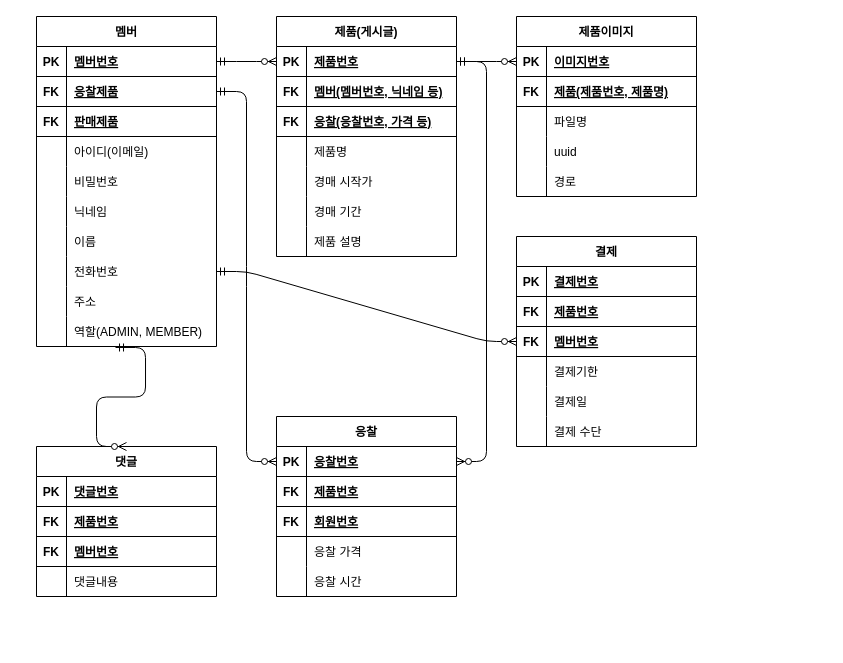
This is page "Page-1" (1 of 2) of erd/ERD_재인.drawio from Unbbox/project, a draw.io file, before an edit. Source tidied: cells renumbered, new cells numbered last; positions are measured from the earlier drawing's top-left corner, leaving out a move shared by most shapes. Both pictures are drawn from the tidied source at 100%, with x=0, y=0 at pixel (36, 16).
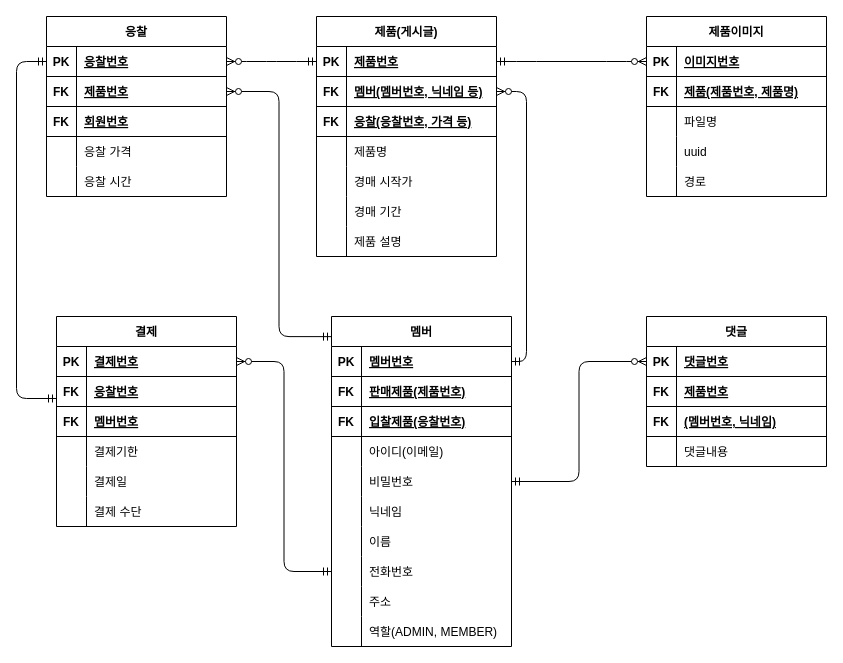
The same page after the edit.

The change refers to these unchanged cells:
```xml
<mxCell id="3" style="shape=tableRow;horizontal=0;startSize=0;swimlaneHead=0;swimlaneBody=0;fillColor=none;points=[[0,0.5],[1,0.5]];portConstraint=eastwest;top=0;left=0;right=0;bottom=1;" parent="2" vertex="1">
  <mxGeometry y="30" width="180" height="30" as="geometry" />
</mxCell>
<mxCell id="6" style="shape=tableRow;horizontal=0;startSize=0;swimlaneHead=0;swimlaneBody=0;fillColor=none;points=[[0,0.5],[1,0.5]];portConstraint=eastwest;top=0;left=0;right=0;bottom=1;" parent="2" vertex="1">
  <mxGeometry y="60" width="180" height="30" as="geometry" />
</mxCell>
<mxCell id="9" style="shape=tableRow;horizontal=0;startSize=0;swimlaneHead=0;swimlaneBody=0;fillColor=none;top=0;left=0;right=0;bottom=1;" parent="2" vertex="1">
  <mxGeometry y="90" width="180" height="30" as="geometry" />
</mxCell>
<mxCell id="15" style="shape=tableRow;horizontal=0;startSize=0;swimlaneHead=0;swimlaneBody=0;fillColor=none;points=[[0,0.5],[1,0.5]];portConstraint=eastwest;top=0;left=0;right=0;bottom=0;" parent="2" vertex="1">
  <mxGeometry y="150" width="180" height="30" as="geometry" />
</mxCell>
<mxCell id="24" style="shape=tableRow;horizontal=0;startSize=0;swimlaneHead=0;swimlaneBody=0;fillColor=none;points=[[0,0.5],[1,0.5]];portConstraint=eastwest;top=0;left=0;right=0;bottom=0;" parent="2" vertex="1">
  <mxGeometry y="240" width="180" height="30" as="geometry" />
</mxCell>
<mxCell id="30" style="shape=tableRow;horizontal=0;startSize=0;swimlaneHead=0;swimlaneBody=0;fillColor=none;points=[[0,0.5],[1,0.5]];portConstraint=eastwest;top=0;left=0;right=0;bottom=0;" parent="2" vertex="1">
  <mxGeometry y="300" width="180" height="30" as="geometry" />
</mxCell>
<mxCell id="34" style="shape=tableRow;horizontal=0;startSize=0;swimlaneHead=0;swimlaneBody=0;fillColor=none;points=[[0,0.5],[1,0.5]];portConstraint=eastwest;top=0;left=0;right=0;bottom=1;" parent="33" vertex="1">
  <mxGeometry y="30" width="180" height="30" as="geometry" />
</mxCell>
<mxCell id="37" style="shape=tableRow;horizontal=0;startSize=0;swimlaneHead=0;swimlaneBody=0;fillColor=none;points=[[0,0.5],[1,0.5]];portConstraint=eastwest;top=0;left=0;right=0;bottom=1;" parent="33" vertex="1">
  <mxGeometry y="60" width="180" height="30" as="geometry" />
</mxCell>
<mxCell id="56" style="shape=tableRow;horizontal=0;startSize=0;swimlaneHead=0;swimlaneBody=0;fillColor=none;points=[[0,0.5],[1,0.5]];portConstraint=eastwest;top=0;left=0;right=0;bottom=1;" parent="55" vertex="1">
  <mxGeometry y="30" width="180" height="30" as="geometry" />
</mxCell>
<mxCell id="62" style="shape=tableRow;horizontal=0;startSize=0;swimlaneHead=0;swimlaneBody=0;fillColor=none;top=0;left=0;right=0;bottom=1;" parent="55" vertex="1">
  <mxGeometry y="90" width="180" height="30" as="geometry" />
</mxCell>
<mxCell id="69" style="shape=tableRow;horizontal=0;startSize=0;swimlaneHead=0;swimlaneBody=0;fillColor=none;points=[[0,0.5],[1,0.5]];portConstraint=eastwest;top=0;left=0;right=0;bottom=1;" parent="68" vertex="1">
  <mxGeometry y="30" width="180" height="30" as="geometry" />
</mxCell>
<mxCell id="72" style="shape=tableRow;horizontal=0;startSize=0;swimlaneHead=0;swimlaneBody=0;fillColor=none;points=[[0,0.5],[1,0.5]];portConstraint=eastwest;top=0;left=0;right=0;bottom=1;" parent="68" vertex="1">
  <mxGeometry y="60" width="180" height="30" as="geometry" />
</mxCell>
<mxCell id="105" style="shape=tableRow;horizontal=0;startSize=0;swimlaneHead=0;swimlaneBody=0;fillColor=none;points=[[0,0.5],[1,0.5]];portConstraint=eastwest;top=0;left=0;right=0;bottom=1;" parent="104" vertex="1">
  <mxGeometry y="30" width="180" height="30" as="geometry" />
</mxCell>
<mxCell id="108" style="shape=tableRow;horizontal=0;startSize=0;swimlaneHead=0;swimlaneBody=0;fillColor=none;points=[[0,0.5],[1,0.5]];portConstraint=eastwest;top=0;left=0;right=0;bottom=1;" parent="104" vertex="1">
  <mxGeometry y="60" width="180" height="30" as="geometry" />
</mxCell>
<mxCell id="111" style="shape=tableRow;horizontal=0;startSize=0;swimlaneHead=0;swimlaneBody=0;fillColor=none;points=[[0,0.5],[1,0.5]];portConstraint=eastwest;top=0;left=0;right=0;bottom=1;" parent="104" vertex="1">
  <mxGeometry y="90" width="180" height="30" as="geometry" />
</mxCell>
```

Change to the diagram source:
```diff
@@
     <mxCell id="2" value="멤버" style="shape=table;startSize=30;childLayout=tableLayout;rowLines=0;fontStyle=1;align=center;" parent="1" vertex="1">
-      <mxGeometry width="180" height="330" as="geometry" />
+      <mxGeometry x="295" y="300" width="180" height="330" as="geometry" />
     </mxCell>
@@
-    <mxCell id="8" value="응찰제품" style="shape=partialRectangle;fillColor=none;top=0;left=0;bottom=0;right=0;align=left;spacingLeft=6;fontStyle=5;overflow=hidden;" parent="6" vertex="1">
+    <mxCell id="8" value="판매제품(제품번호)" style="shape=partialRectangle;fillColor=none;top=0;left=0;bottom=0;right=0;align=left;spacingLeft=6;fontStyle=5;overflow=hidden;" parent="6" vertex="1">
       <mxGeometry x="30" width="150" height="30" as="geometry" />
     </mxCell>
@@
-    <mxCell id="11" value="판매제품" style="shape=partialRectangle;fillColor=none;top=0;left=0;bottom=0;right=0;align=left;spacingLeft=6;fontStyle=5;overflow=hidden;" parent="9" vertex="1">
+    <mxCell id="11" value="입찰제품(응찰번호)" style="shape=partialRectangle;fillColor=none;top=0;left=0;bottom=0;right=0;align=left;spacingLeft=6;fontStyle=5;overflow=hidden;" parent="9" vertex="1">
       <mxGeometry x="30" width="150" height="30" as="geometry" />
     </mxCell>
@@
     <mxCell id="33" value="제품(게시글)" style="shape=table;startSize=30;childLayout=tableLayout;rowLines=0;fontStyle=1;align=center;" parent="1" vertex="1">
-      <mxGeometry x="240" width="180" height="240" as="geometry" />
+      <mxGeometry x="280" width="180" height="240" as="geometry" />
     </mxCell>
@@
     <mxCell id="55" value="댓글" style="shape=table;startSize=30;childLayout=tableLayout;rowLines=0;fontStyle=1;align=center;" parent="1" vertex="1">
-      <mxGeometry y="430" width="180" height="150" as="geometry" />
+      <mxGeometry x="610" y="300" width="180" height="150" as="geometry" />
     </mxCell>
@@
-    <mxCell id="64" value="멤버번호" style="shape=partialRectangle;fillColor=none;top=0;left=0;bottom=0;right=0;align=left;spacingLeft=6;fontStyle=5;overflow=hidden;" parent="62" vertex="1">
+    <mxCell id="64" value="(멤버번호, 닉네임)" style="shape=partialRectangle;fillColor=none;top=0;left=0;bottom=0;right=0;align=left;spacingLeft=6;fontStyle=5;overflow=hidden;" parent="62" vertex="1">
       <mxGeometry x="30" width="150" height="30" as="geometry" />
     </mxCell>
@@
     <mxCell id="68" value="응찰" style="shape=table;startSize=30;childLayout=tableLayout;rowLines=0;fontStyle=1;align=center;" parent="1" vertex="1">
-      <mxGeometry x="240" y="400" width="180" height="180" as="geometry" />
+      <mxGeometry x="10" width="180" height="180" as="geometry" />
     </mxCell>
@@
     <mxCell id="84" value="제품이미지" style="shape=table;startSize=30;childLayout=tableLayout;rowLines=0;fontStyle=1;align=center;" parent="1" vertex="1">
-      <mxGeometry x="480" width="180" height="180" as="geometry" />
+      <mxGeometry x="610" width="180" height="180" as="geometry" />
     </mxCell>
@@
-    <mxCell id="100" style="edgeStyle=entityRelationEdgeStyle;fontSize=12;html=1;endArrow=ERzeroToMany;startArrow=ERmandOne;exitX=1;exitY=0.5;exitDx=0;exitDy=0;entryX=0;entryY=0.5;entryDx=0;entryDy=0;" parent="1" edge="1" source="3" target="34">
-      <mxGeometry relative="1" as="geometry" />
+    <mxCell id="100" style="edgeStyle=orthogonalEdgeStyle;fontSize=12;html=1;endArrow=ERzeroToMany;startArrow=ERmandOne;exitX=1;exitY=0.5;exitDx=0;exitDy=0;entryX=1;entryY=0.5;entryDx=0;entryDy=0;" parent="1" edge="1" source="3" target="37">
+      <mxGeometry relative="1" as="geometry">
+        <Array as="points">
+          <mxPoint x="490" y="345" />
+          <mxPoint x="490" y="75" />
+        </Array>
+      </mxGeometry>
     </mxCell>
-    <mxCell id="101" style="edgeStyle=entityRelationEdgeStyle;fontSize=12;html=1;endArrow=ERzeroToMany;startArrow=ERmandOne;entryX=0.5;entryY=0;entryDx=0;entryDy=0;exitX=0.439;exitY=1.033;exitDx=0;exitDy=0;exitPerimeter=0;" parent="1" edge="1" source="30" target="55">
+    <mxCell id="101" style="edgeStyle=orthogonalEdgeStyle;fontSize=12;html=1;endArrow=ERzeroToMany;startArrow=ERmandOne;entryX=0;entryY=0.5;entryDx=0;entryDy=0;exitX=1;exitY=0.5;exitDx=0;exitDy=0;" parent="1" edge="1" source="15" target="56">
       <mxGeometry relative="1" as="geometry" />
     </mxCell>
-    <mxCell id="102" style="edgeStyle=entityRelationEdgeStyle;fontSize=12;html=1;endArrow=ERzeroToMany;startArrow=ERmandOne;exitX=1;exitY=0.5;exitDx=0;exitDy=0;entryX=1;entryY=0.5;entryDx=0;entryDy=0;" parent="1" edge="1" source="34" target="69">
+    <mxCell id="102" style="edgeStyle=entityRelationEdgeStyle;fontSize=12;html=1;endArrow=ERzeroToMany;startArrow=ERmandOne;exitX=0;exitY=0.5;exitDx=0;exitDy=0;entryX=1;entryY=0.5;entryDx=0;entryDy=0;" parent="1" edge="1" source="34" target="69">
       <mxGeometry relative="1" as="geometry" />
     </mxCell>
@@
     <mxCell id="104" value="결제" style="shape=table;startSize=30;childLayout=tableLayout;rowLines=0;fontStyle=1;align=center;" parent="1" vertex="1">
-      <mxGeometry x="480" y="220" width="180" height="210" as="geometry" />
+      <mxGeometry x="20" y="300" width="180" height="210" as="geometry" />
     </mxCell>
@@
-    <mxCell id="110" value="제품번호" style="shape=partialRectangle;fillColor=none;top=0;left=0;bottom=0;right=0;align=left;spacingLeft=6;fontStyle=5;overflow=hidden;" parent="108" vertex="1">
+    <mxCell id="110" value="응찰번호" style="shape=partialRectangle;fillColor=none;top=0;left=0;bottom=0;right=0;align=left;spacingLeft=6;fontStyle=5;overflow=hidden;" parent="108" vertex="1">
       <mxGeometry x="30" width="150" height="30" as="geometry" />
     </mxCell>
@@
-    <mxCell id="123" style="edgeStyle=entityRelationEdgeStyle;fontSize=12;html=1;endArrow=ERzeroToMany;startArrow=ERmandOne;exitX=1;exitY=0.5;exitDx=0;exitDy=0;entryX=0;entryY=0.5;entryDx=0;entryDy=0;" parent="1" edge="1" source="24" target="111">
+    <mxCell id="123" style="edgeStyle=orthogonalEdgeStyle;fontSize=12;html=1;endArrow=ERzeroToMany;startArrow=ERmandOne;exitX=0;exitY=0.5;exitDx=0;exitDy=0;entryX=1;entryY=0.5;entryDx=0;entryDy=0;" parent="1" edge="1" source="24" target="105">
       <mxGeometry relative="1" as="geometry" />
     </mxCell>
-    <mxCell id="124" style="edgeStyle=entityRelationEdgeStyle;fontSize=12;html=1;endArrow=ERzeroToMany;startArrow=ERmandOne;exitX=1;exitY=0.5;exitDx=0;exitDy=0;entryX=0;entryY=0.5;entryDx=0;entryDy=0;" parent="1" edge="1" source="6" target="69">
+    <mxCell id="124" style="fontSize=12;html=1;endArrow=ERzeroToMany;startArrow=ERmandOne;exitX=0;exitY=0.061;exitDx=0;exitDy=0;entryX=1;entryY=0.5;entryDx=0;entryDy=0;exitPerimeter=0;edgeStyle=orthogonalEdgeStyle;" parent="1" edge="1" source="2" target="72">
       <mxGeometry relative="1" as="geometry" />
     </mxCell>
+    <mxCell id="125" style="edgeStyle=orthogonalEdgeStyle;fontSize=12;html=1;endArrow=ERmandOne;startArrow=ERmandOne;entryX=0;entryY=0.5;entryDx=0;entryDy=0;exitX=0;exitY=0.733;exitDx=0;exitDy=0;exitPerimeter=0;" parent="1" edge="1" source="108" target="69">
+      <mxGeometry relative="1" as="geometry">
+        <Array as="points">
+          <mxPoint x="-20" y="382" />
+          <mxPoint x="-20" y="45" />
+        </Array>
+      </mxGeometry>
+    </mxCell>
```
